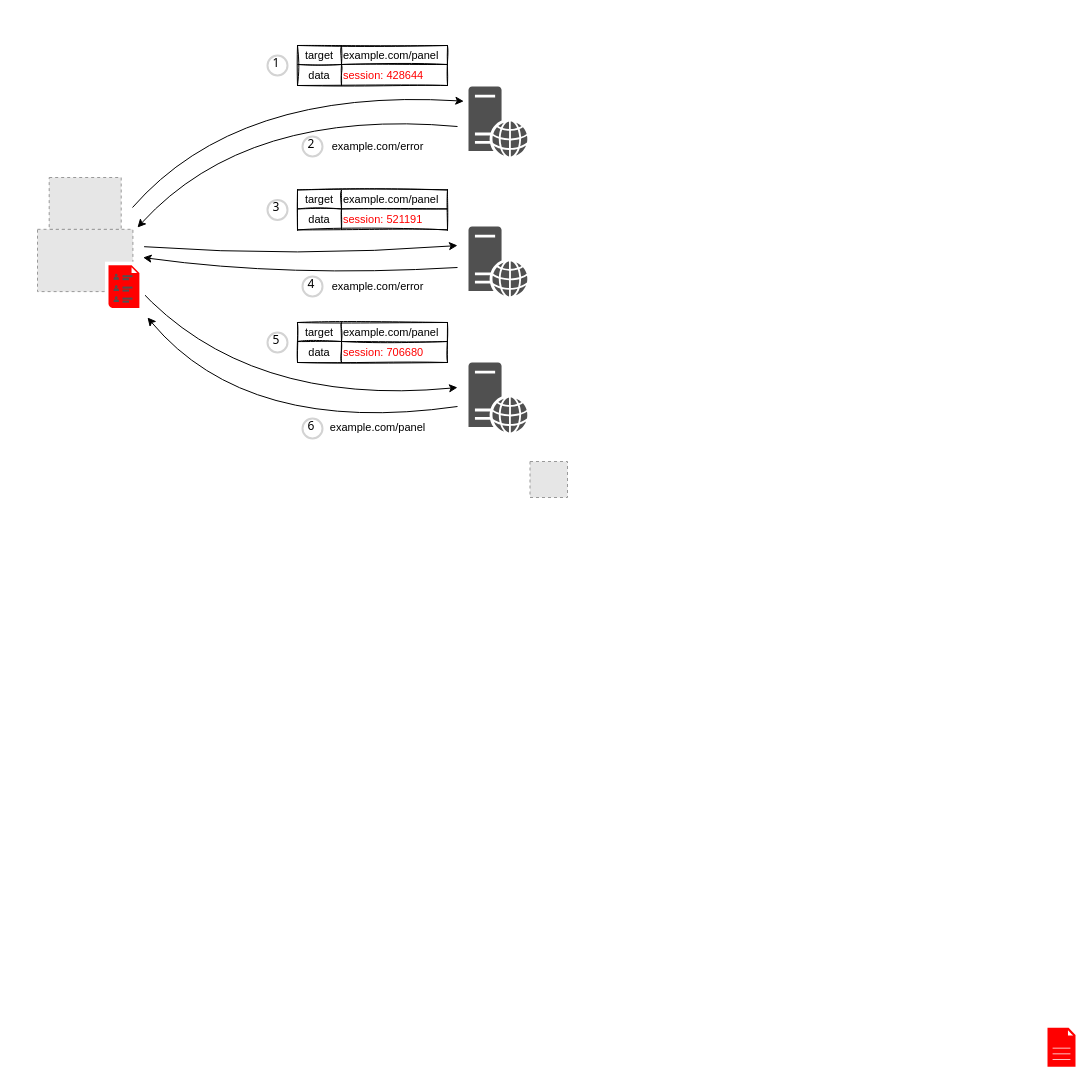
qeeqbox/session-replay keeps this draw.io diagram as session-replay.drawio. Above is the earlier version. Source tidied: cells renumbered, new cells numbered last; positions are measured from the earlier drawing's top-left corner, leaving out a move shared by most shapes. Both pictures are drawn from the tidied source at 100%, with x=0, y=0 at pixel (17, 17). Pictures stored in the file or linked from it are replaced by grey dashed boxes.
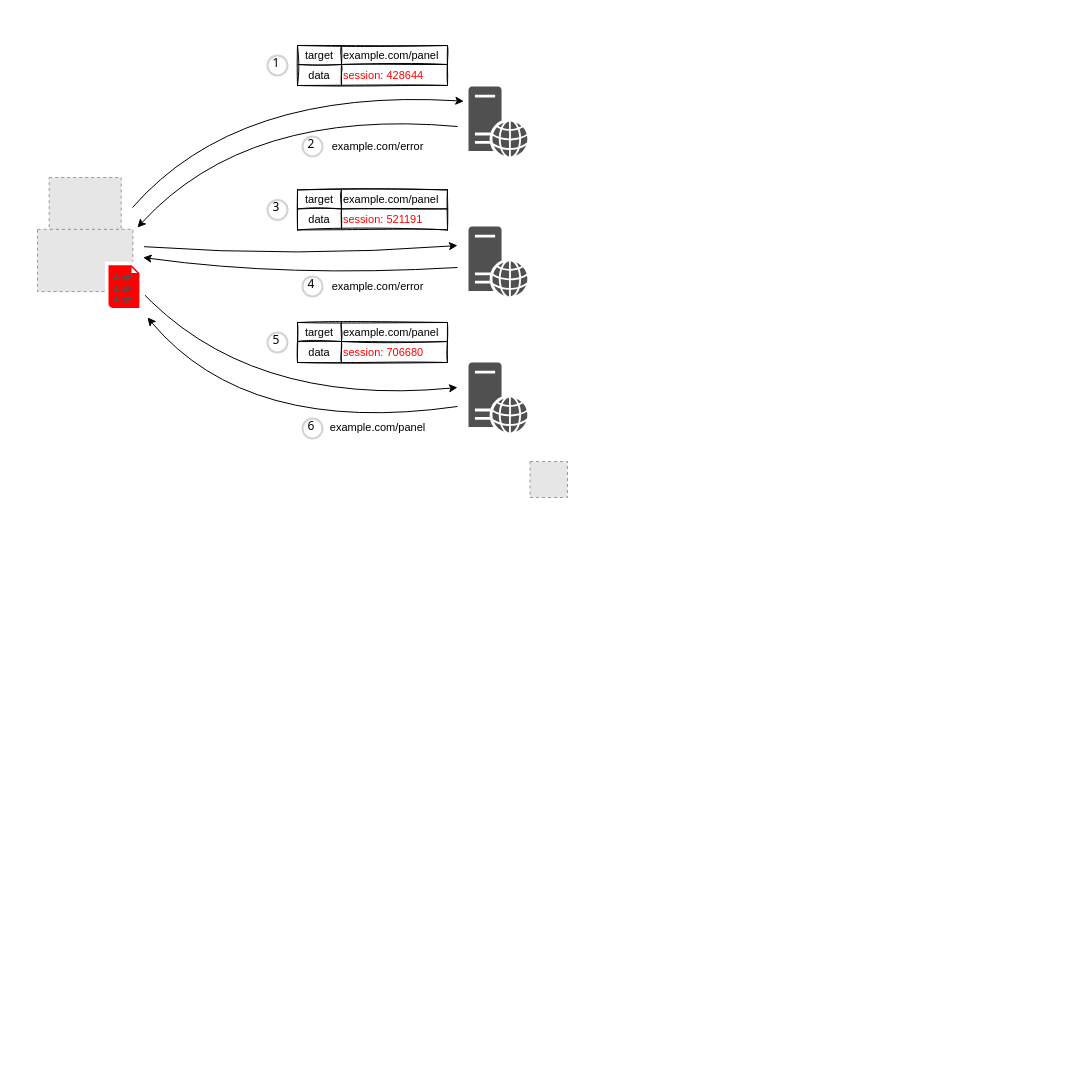
The same diagram, later.

Change to the diagram source:
```diff
@@
-    <mxCell id="46" style="sketch=0;shadow=0;dashed=0;html=1;strokeColor=none;fillColor=#FF0000;labelPosition=center;verticalLabelPosition=bottom;verticalAlign=top;align=center;shape=mxgraph.veeam2.file;" parent="1" vertex="1">
-      <mxGeometry x="1030" y="1010.3" width="28" height="39" as="geometry" />
-    </mxCell>
```
